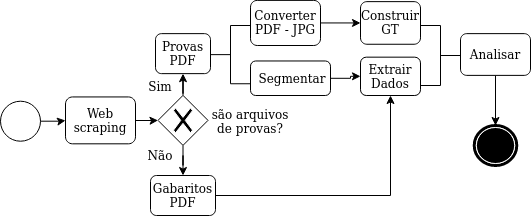
The draw.io diagram Untitled Diagram.png in karinawie/process-diagram, before a commit. Source tidied: cells renumbered, new cells last; positions are measured from the earlier drawing's top-left corner, leaving out a move shared by most shapes.
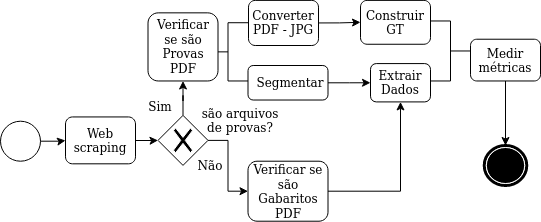
The same file after the commit.

Change to the diagram source:
```diff
@@ -9,19 +9,19 @@
       <mxGeometry x="65" y="96.4" width="70" height="46.9" as="geometry" />
     </mxCell>
     <mxCell id="4" value="&lt;font style=&quot;font-size: 10px&quot;&gt;&lt;font style=&quot;font-size: 12px&quot;&gt;Extrair Dados&lt;/font&gt;&lt;br&gt;&lt;/font&gt;" style="html=1;whiteSpace=wrap;rounded=1;" parent="1" vertex="1">
-      <mxGeometry x="360" y="56.7" width="60" height="38.3" as="geometry" />
+      <mxGeometry x="370" y="43.1" width="60" height="38.3" as="geometry" />
     </mxCell>
     <mxCell id="5" value="&lt;font style=&quot;font-size: 12px&quot;&gt;Construir GT &lt;/font&gt;" style="html=1;whiteSpace=wrap;rounded=1;" parent="1" vertex="1">
-      <mxGeometry x="360" y="1.1" width="60" height="42.6" as="geometry" />
+      <mxGeometry x="360" y="-20.1" width="70" height="43.9" as="geometry" />
     </mxCell>
     <mxCell id="6" style="edgeStyle=orthogonalEdgeStyle;rounded=0;jettySize=auto;html=1;entryX=0;entryY=0.5;entryDx=0;entryDy=0;" parent="1" edge="1" source="7" target="4">
       <mxGeometry relative="1" as="geometry" />
     </mxCell>
     <mxCell id="7" value="&lt;div&gt;&lt;font style=&quot;font-size: 12px&quot;&gt;&amp;nbsp;Segmentar&lt;/font&gt;&lt;/div&gt;" style="shape=ext;rounded=1;html=1;whiteSpace=wrap;" parent="1" vertex="1">
-      <mxGeometry x="250" y="60.5" width="80" height="34.5" as="geometry" />
+      <mxGeometry x="247.5" y="45" width="80" height="34.5" as="geometry" />
     </mxCell>
     <mxCell id="8" style="html=1;shape=mxgraph.flowchart.annotation_2;align=left;labelPosition=right;" parent="1" vertex="1">
-      <mxGeometry x="210" y="25" width="40" height="58.2" as="geometry" />
+      <mxGeometry x="207.5" y="2.2" width="40" height="58.2" as="geometry" />
     </mxCell>
     <mxCell id="9" style="edgeStyle=orthogonalEdgeStyle;rounded=0;jettySize=auto;html=1;" parent="1" edge="1" source="10" target="13">
       <mxGeometry relative="1" as="geometry">
@@ -30,26 +30,26 @@
         </Array>
       </mxGeometry>
     </mxCell>
-    <mxCell id="10" value="&lt;font style=&quot;font-size: 10px&quot;&gt;&lt;font style=&quot;font-size: 12px&quot;&gt;Analisar&lt;/font&gt;&lt;font style=&quot;font-size: 10px&quot;&gt;&lt;br&gt;&lt;/font&gt;&lt;/font&gt;" style="html=1;whiteSpace=wrap;rounded=1;" parent="1" vertex="1">
-      <mxGeometry x="460" y="33.1" width="70" height="41.8" as="geometry" />
+    <mxCell id="10" value="Medir métricas" style="html=1;whiteSpace=wrap;rounded=1;" parent="1" vertex="1">
+      <mxGeometry x="470" y="18.7" width="70" height="41.8" as="geometry" />
     </mxCell>
     <mxCell id="11" style="edgeStyle=orthogonalEdgeStyle;rounded=0;jettySize=auto;html=1;exitX=1;exitY=0.5;exitDx=0;exitDy=0;entryX=0;entryY=0.5;entryDx=0;entryDy=0;" parent="1" edge="1" source="12" target="5">
       <mxGeometry relative="1" as="geometry" />
     </mxCell>
     <mxCell id="12" value="&lt;font style=&quot;font-size: 12px&quot;&gt;Converter PDF - JPG&lt;/font&gt;" style="html=1;whiteSpace=wrap;rounded=1;" parent="1" vertex="1">
-      <mxGeometry x="250" y="-0.1" width="70" height="45.1" as="geometry" />
+      <mxGeometry x="248" y="-20.1" width="70" height="45.1" as="geometry" />
     </mxCell>
     <mxCell id="13" style="shape=mxgraph.bpmn.shape;html=1;verticalLabelPosition=bottom;labelBackgroundColor=#ffffff;verticalAlign=top;align=center;perimeter=ellipsePerimeter;outlineConnect=0;outline=end;symbol=terminate;" parent="1" vertex="1">
-      <mxGeometry x="473.8" y="125" width="42.5" height="40" as="geometry" />
+      <mxGeometry x="483.8" y="125" width="42.5" height="40" as="geometry" />
     </mxCell>
-    <mxCell id="14" value="&lt;font style=&quot;font-size: 12px&quot;&gt;Provas PDF&lt;/font&gt;" style="shape=ext;rounded=1;html=1;whiteSpace=wrap;" parent="1" vertex="1">
-      <mxGeometry x="155" y="33.1" width="55" height="40" as="geometry" />
+    <mxCell id="14" value="Verificar se são &lt;font style=&quot;font-size: 12px&quot;&gt;Provas PDF&lt;/font&gt;" style="shape=ext;rounded=1;html=1;whiteSpace=wrap;" parent="1" vertex="1">
+      <mxGeometry x="147.5" y="-7.7" width="70" height="68.1" as="geometry" />
     </mxCell>
     <mxCell id="15" style="edgeStyle=orthogonalEdgeStyle;rounded=0;jettySize=auto;html=1;entryX=0.5;entryY=1;entryDx=0;entryDy=0;" parent="1" edge="1" source="16" target="4">
       <mxGeometry relative="1" as="geometry" />
     </mxCell>
-    <mxCell id="16" value="&lt;font style=&quot;font-size: 12px&quot;&gt;Gabaritos PDF&lt;/font&gt;" style="shape=ext;rounded=1;html=1;whiteSpace=wrap;" parent="1" vertex="1">
-      <mxGeometry x="150" y="175" width="65" height="40" as="geometry" />
+    <mxCell id="16" value="&lt;font style=&quot;font-size: 12px&quot;&gt;Verificar se são Gabaritos PDF&lt;/font&gt;" style="shape=ext;rounded=1;html=1;whiteSpace=wrap;" parent="1" vertex="1">
+      <mxGeometry x="247.5" y="140.7" width="80" height="60" as="geometry" />
     </mxCell>
     <mxCell id="17" style="edgeStyle=orthogonalEdgeStyle;rounded=0;jettySize=auto;html=1;" parent="1" edge="1" source="19" target="14">
       <mxGeometry relative="1" as="geometry" />
@@ -61,16 +61,16 @@
       <mxGeometry x="157.5" y="94.9" width="50" height="50" as="geometry" />
     </mxCell>
     <mxCell id="20" value="&lt;font style=&quot;font-size: 12px&quot;&gt;são arquivos de provas?&lt;/font&gt;" style="text;html=1;strokeColor=none;fillColor=none;align=center;verticalAlign=middle;whiteSpace=wrap;rounded=0;" parent="1" vertex="1">
-      <mxGeometry x="210" y="115.7" width="80" height="10" as="geometry" />
+      <mxGeometry x="200" y="94.9" width="80" height="10" as="geometry" />
     </mxCell>
     <mxCell id="21" value="&lt;font style=&quot;font-size: 12px&quot;&gt;Sim&lt;/font&gt;" style="text;html=1;strokeColor=none;fillColor=none;align=center;verticalAlign=middle;whiteSpace=wrap;rounded=0;" parent="1" vertex="1">
       <mxGeometry x="140" y="76.4" width="40" height="20" as="geometry" />
     </mxCell>
     <mxCell id="22" value="&lt;div&gt;&lt;font style=&quot;font-size: 12px&quot;&gt;Não&lt;/font&gt;&lt;/div&gt;" style="text;html=1;strokeColor=none;fillColor=none;align=center;verticalAlign=middle;whiteSpace=wrap;rounded=0;" parent="1" vertex="1">
-      <mxGeometry x="140" y="145" width="40" height="20" as="geometry" />
+      <mxGeometry x="190" y="135" width="40" height="20" as="geometry" />
     </mxCell>
     <mxCell id="23" style="html=1;shape=mxgraph.flowchart.annotation_2;align=left;labelPosition=right;direction=west;" parent="1" vertex="1">
-      <mxGeometry x="420" y="25" width="40" height="60" as="geometry" />
+      <mxGeometry x="430" y="0.5" width="40" height="60" as="geometry" />
     </mxCell>
     <mxCell id="24" style="edgeStyle=orthogonalEdgeStyle;rounded=0;orthogonalLoop=1;jettySize=auto;html=1;exitX=0.5;exitY=1;exitDx=0;exitDy=0;" parent="1" edge="1" source="20" target="20">
       <mxGeometry relative="1" as="geometry" />
```
